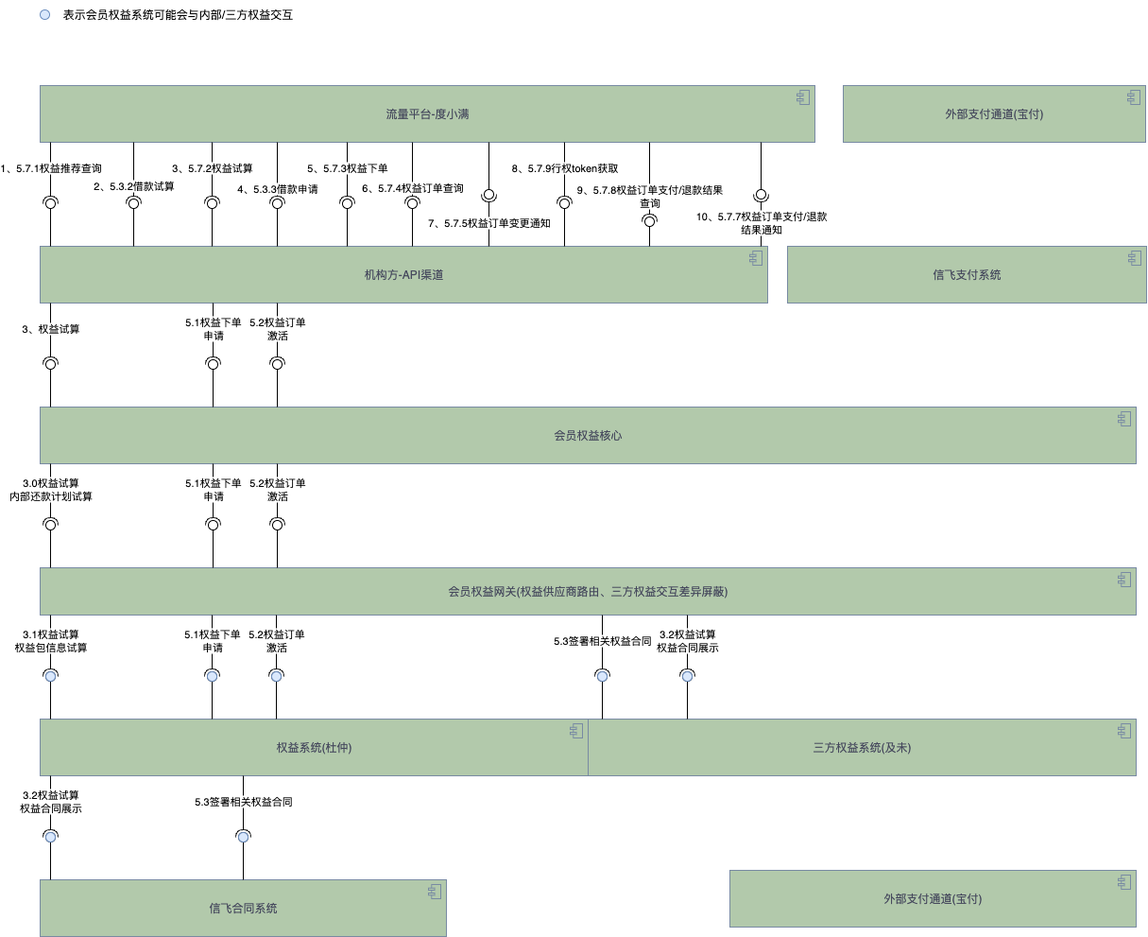
The draw.io diagram 度小满权益-系统组件图.png in yuanlj-tea/picgo, before a commit. Source tidied: cells renumbered, new cells last; positions are measured from the earlier drawing's top-left corner, leaving out a move shared by most shapes.
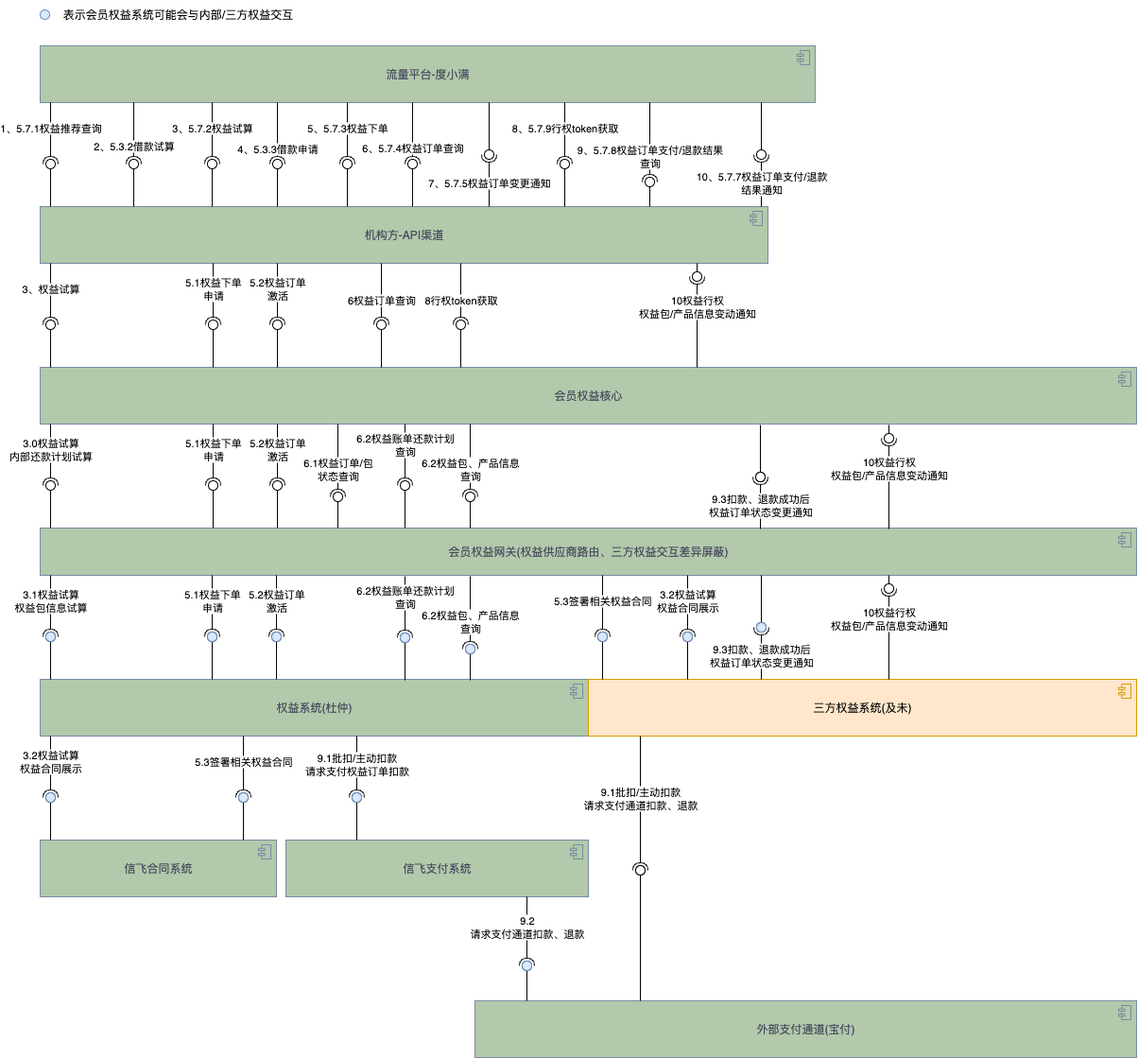
After the change.

Commit message:
更新度小满权益-系统组件图.png

The edit, as a diff of the source:
```diff
@@ -19,3 +19,3 @@
     </mxCell>
-    <mxCell id="7" value="三方权益系统(及未)" style="html=1;whiteSpace=wrap;fillColor=#B2C9AB;shape=mxgraph.archimate3.application;appType=comp;archiType=square;strokeColor=#788AA3;fontColor=#46495D;labelBackgroundColor=none;" parent="1" vertex="1">
+    <mxCell id="7" value="三方权益系统(及未)" style="html=1;whiteSpace=wrap;fillColor=#ffe6cc;shape=mxgraph.archimate3.application;appType=comp;archiType=square;strokeColor=#d79b00;labelBackgroundColor=none;" parent="1" vertex="1">
       <mxGeometry x="580" y="760" width="580" height="60" as="geometry" />
@@ -23,6 +23,6 @@
     <mxCell id="8" value="外部支付通道(宝付)" style="html=1;whiteSpace=wrap;fillColor=#B2C9AB;shape=mxgraph.archimate3.application;appType=comp;archiType=square;strokeColor=#788AA3;fontColor=#46495D;labelBackgroundColor=none;" parent="1" vertex="1">
-      <mxGeometry x="730" y="920" width="430" height="60" as="geometry" />
+      <mxGeometry x="460" y="1100" width="700" height="60" as="geometry" />
     </mxCell>
     <mxCell id="9" value="信飞支付系统" style="html=1;whiteSpace=wrap;fillColor=#B2C9AB;shape=mxgraph.archimate3.application;appType=comp;archiType=square;strokeColor=#788AA3;fontColor=#46495D;labelBackgroundColor=none;" parent="1" vertex="1">
-      <mxGeometry x="791" y="260" width="380" height="60" as="geometry" />
+      <mxGeometry x="260" y="930" width="320" height="60" as="geometry" />
     </mxCell>
@@ -196,7 +196,4 @@
     </mxCell>
-    <mxCell id="50" value="外部支付通道(宝付)" style="html=1;whiteSpace=wrap;fillColor=#B2C9AB;shape=mxgraph.archimate3.application;appType=comp;archiType=square;strokeColor=#788AA3;fontColor=#46495D;labelBackgroundColor=none;" parent="1" vertex="1">
-      <mxGeometry x="850" y="90" width="320" height="60" as="geometry" />
-    </mxCell>
     <mxCell id="51" value="信飞合同系统" style="html=1;whiteSpace=wrap;fillColor=#B2C9AB;shape=mxgraph.archimate3.application;appType=comp;archiType=square;strokeColor=#788AA3;fontColor=#46495D;labelBackgroundColor=none;" parent="1" vertex="1">
-      <mxGeometry y="930" width="430" height="60" as="geometry" />
+      <mxGeometry y="930" width="250" height="60" as="geometry" />
     </mxCell>
@@ -395,6 +392,6 @@
     <mxCell id="100" style="ellipse;whiteSpace=wrap;html=1;align=center;fillColor=#dae8fc;strokeColor=#6c8ebf;perimeter=centerPerimeter;" parent="1" vertex="1">
-      <mxGeometry y="10" width="10" height="10" as="geometry" />
+      <mxGeometry y="52" width="10" height="10" as="geometry" />
     </mxCell>
     <mxCell id="101" value="表示会员权益系统可能会与内部/三方权益交互" style="text;html=1;align=center;verticalAlign=middle;whiteSpace=wrap;rounded=0;" parent="1" vertex="1">
-      <mxGeometry x="16" width="260" height="30" as="geometry" />
+      <mxGeometry x="16" y="42" width="260" height="30" as="geometry" />
     </mxCell>
@@ -416,2 +413,268 @@
     </mxCell>
+    <mxCell id="106" style="rounded=0;jettySize=auto;html=1;endArrow=halfCircle;endFill=0;endSize=6;strokeWidth=1;sketch=0;" parent="1" edge="1" target="109">
+      <mxGeometry relative="1" as="geometry">
+        <mxPoint x="361" y="320" as="sourcePoint" />
+      </mxGeometry>
+    </mxCell>
+    <mxCell id="107" value="6权益订单查询" style="edgeLabel;html=1;align=center;verticalAlign=middle;" parent="106" vertex="1">
+      <mxGeometry x="-0.17" relative="1" as="geometry">
+        <mxPoint y="12" as="offset" />
+      </mxGeometry>
+    </mxCell>
+    <mxCell id="108" style="rounded=0;jettySize=auto;html=1;endArrow=oval;endFill=0;sketch=0;sourcePerimeterSpacing=0;targetPerimeterSpacing=0;endSize=10;" parent="1" edge="1" target="109">
+      <mxGeometry relative="1" as="geometry">
+        <mxPoint x="361" y="430" as="sourcePoint" />
+      </mxGeometry>
+    </mxCell>
+    <mxCell id="109" style="ellipse;whiteSpace=wrap;html=1;align=center;fillColor=none;strokeColor=none;perimeter=centerPerimeter;points=[];outlineConnect=1;" parent="1" vertex="1">
+      <mxGeometry x="356" y="380" width="10" height="10" as="geometry" />
+    </mxCell>
+    <mxCell id="110" style="rounded=0;jettySize=auto;html=1;endArrow=halfCircle;endFill=0;endSize=6;strokeWidth=1;sketch=0;" parent="1" edge="1" target="113">
+      <mxGeometry relative="1" as="geometry">
+        <mxPoint x="315" y="490" as="sourcePoint" />
+      </mxGeometry>
+    </mxCell>
+    <mxCell id="111" value="6.1权益订单/包&lt;div&gt;状态查询&lt;/div&gt;" style="edgeLabel;html=1;align=center;verticalAlign=middle;" parent="110" vertex="1">
+      <mxGeometry x="-0.17" relative="1" as="geometry">
+        <mxPoint y="16" as="offset" />
+      </mxGeometry>
+    </mxCell>
+    <mxCell id="112" style="rounded=0;jettySize=auto;html=1;endArrow=oval;endFill=0;sketch=0;sourcePerimeterSpacing=0;targetPerimeterSpacing=0;endSize=10;" parent="1" edge="1" target="113">
+      <mxGeometry relative="1" as="geometry">
+        <mxPoint x="315" y="600" as="sourcePoint" />
+      </mxGeometry>
+    </mxCell>
+    <mxCell id="113" style="ellipse;whiteSpace=wrap;html=1;align=center;fillColor=none;strokeColor=none;perimeter=centerPerimeter;points=[];outlineConnect=1;" parent="1" vertex="1">
+      <mxGeometry x="310" y="562" width="10" height="10" as="geometry" />
+    </mxCell>
+    <mxCell id="114" style="rounded=0;jettySize=auto;html=1;endArrow=halfCircle;endFill=0;endSize=6;strokeWidth=1;sketch=0;" parent="1" edge="1" target="117">
+      <mxGeometry relative="1" as="geometry">
+        <mxPoint x="386" y="490" as="sourcePoint" />
+      </mxGeometry>
+    </mxCell>
+    <mxCell id="115" value="6.2权益账单还款计划&lt;div&gt;查询&lt;/div&gt;" style="edgeLabel;html=1;align=center;verticalAlign=middle;" parent="114" vertex="1">
+      <mxGeometry x="-0.17" relative="1" as="geometry">
+        <mxPoint y="-5" as="offset" />
+      </mxGeometry>
+    </mxCell>
+    <mxCell id="116" style="rounded=0;jettySize=auto;html=1;endArrow=oval;endFill=0;sketch=0;sourcePerimeterSpacing=0;targetPerimeterSpacing=0;endSize=10;" parent="1" edge="1" target="117">
+      <mxGeometry relative="1" as="geometry">
+        <mxPoint x="386" y="600" as="sourcePoint" />
+      </mxGeometry>
+    </mxCell>
+    <mxCell id="117" style="ellipse;whiteSpace=wrap;html=1;align=center;fillColor=none;strokeColor=none;perimeter=centerPerimeter;points=[];outlineConnect=1;" parent="1" vertex="1">
+      <mxGeometry x="381" y="550" width="10" height="10" as="geometry" />
+    </mxCell>
+    <mxCell id="118" style="rounded=0;jettySize=auto;html=1;endArrow=halfCircle;endFill=0;endSize=6;strokeWidth=1;sketch=0;" parent="1" edge="1" target="121">
+      <mxGeometry relative="1" as="geometry">
+        <mxPoint x="455" y="490" as="sourcePoint" />
+      </mxGeometry>
+    </mxCell>
+    <mxCell id="119" value="6.2权益包、产品信息&lt;div&gt;查询&lt;/div&gt;" style="edgeLabel;html=1;align=center;verticalAlign=middle;" parent="118" vertex="1">
+      <mxGeometry x="-0.17" relative="1" as="geometry">
+        <mxPoint y="16" as="offset" />
+      </mxGeometry>
+    </mxCell>
+    <mxCell id="120" style="rounded=0;jettySize=auto;html=1;endArrow=oval;endFill=0;sketch=0;sourcePerimeterSpacing=0;targetPerimeterSpacing=0;endSize=10;" parent="1" edge="1" target="121">
+      <mxGeometry relative="1" as="geometry">
+        <mxPoint x="455" y="600" as="sourcePoint" />
+      </mxGeometry>
+    </mxCell>
+    <mxCell id="121" style="ellipse;whiteSpace=wrap;html=1;align=center;fillColor=none;strokeColor=none;perimeter=centerPerimeter;points=[];outlineConnect=1;" parent="1" vertex="1">
+      <mxGeometry x="450" y="562" width="10" height="10" as="geometry" />
+    </mxCell>
+    <mxCell id="122" style="rounded=0;jettySize=auto;html=1;endArrow=halfCircle;endFill=0;endSize=6;strokeWidth=1;sketch=0;" parent="1" edge="1" target="125">
+      <mxGeometry relative="1" as="geometry">
+        <mxPoint x="386" y="651" as="sourcePoint" />
+      </mxGeometry>
+    </mxCell>
+    <mxCell id="123" value="6.2权益账单还款计划&lt;div&gt;查询&lt;/div&gt;" style="edgeLabel;html=1;align=center;verticalAlign=middle;" parent="122" vertex="1">
+      <mxGeometry x="-0.17" relative="1" as="geometry">
+        <mxPoint y="-5" as="offset" />
+      </mxGeometry>
+    </mxCell>
+    <mxCell id="124" style="rounded=0;jettySize=auto;html=1;endArrow=oval;endFill=0;sketch=0;sourcePerimeterSpacing=0;targetPerimeterSpacing=0;endSize=10;" parent="1" edge="1" target="125">
+      <mxGeometry relative="1" as="geometry">
+        <mxPoint x="386" y="761" as="sourcePoint" />
+      </mxGeometry>
+    </mxCell>
+    <mxCell id="125" style="ellipse;whiteSpace=wrap;html=1;align=center;fillColor=#dae8fc;strokeColor=#6c8ebf;perimeter=centerPerimeter;points=[];outlineConnect=1;" parent="1" vertex="1">
+      <mxGeometry x="381" y="711" width="10" height="10" as="geometry" />
+    </mxCell>
+    <mxCell id="126" style="rounded=0;jettySize=auto;html=1;endArrow=halfCircle;endFill=0;endSize=6;strokeWidth=1;sketch=0;" parent="1" edge="1" target="129">
+      <mxGeometry relative="1" as="geometry">
+        <mxPoint x="455" y="651" as="sourcePoint" />
+      </mxGeometry>
+    </mxCell>
+    <mxCell id="127" value="6.2权益包、产品信息&lt;div&gt;查询&lt;/div&gt;" style="edgeLabel;html=1;align=center;verticalAlign=middle;" parent="126" vertex="1">
+      <mxGeometry x="-0.17" relative="1" as="geometry">
+        <mxPoint y="16" as="offset" />
+      </mxGeometry>
+    </mxCell>
+    <mxCell id="128" style="rounded=0;jettySize=auto;html=1;endArrow=oval;endFill=0;sketch=0;sourcePerimeterSpacing=0;targetPerimeterSpacing=0;endSize=10;" parent="1" edge="1" target="129">
+      <mxGeometry relative="1" as="geometry">
+        <mxPoint x="455" y="761" as="sourcePoint" />
+      </mxGeometry>
+    </mxCell>
+    <mxCell id="129" style="ellipse;whiteSpace=wrap;html=1;align=center;fillColor=#dae8fc;strokeColor=#6c8ebf;perimeter=centerPerimeter;points=[];outlineConnect=1;" parent="1" vertex="1">
+      <mxGeometry x="450" y="723" width="10" height="10" as="geometry" />
+    </mxCell>
+    <mxCell id="130" style="rounded=0;jettySize=auto;html=1;endArrow=halfCircle;endFill=0;endSize=6;strokeWidth=1;sketch=0;" parent="1" edge="1" target="133">
+      <mxGeometry relative="1" as="geometry">
+        <mxPoint x="445" y="320" as="sourcePoint" />
+      </mxGeometry>
+    </mxCell>
+    <mxCell id="131" value="8行权token获取" style="edgeLabel;html=1;align=center;verticalAlign=middle;" parent="130" vertex="1">
+      <mxGeometry x="-0.17" relative="1" as="geometry">
+        <mxPoint y="12" as="offset" />
+      </mxGeometry>
+    </mxCell>
+    <mxCell id="132" style="rounded=0;jettySize=auto;html=1;endArrow=oval;endFill=0;sketch=0;sourcePerimeterSpacing=0;targetPerimeterSpacing=0;endSize=10;" parent="1" edge="1" target="133">
+      <mxGeometry relative="1" as="geometry">
+        <mxPoint x="445" y="430" as="sourcePoint" />
+      </mxGeometry>
+    </mxCell>
+    <mxCell id="133" style="ellipse;whiteSpace=wrap;html=1;align=center;fillColor=none;strokeColor=none;perimeter=centerPerimeter;points=[];outlineConnect=1;" parent="1" vertex="1">
+      <mxGeometry x="440" y="380" width="10" height="10" as="geometry" />
+    </mxCell>
+    <mxCell id="134" style="rounded=0;jettySize=auto;html=1;endArrow=halfCircle;endFill=0;endSize=6;strokeWidth=1;sketch=0;" parent="1" edge="1" target="137">
+      <mxGeometry relative="1" as="geometry">
+        <mxPoint x="763" y="760" as="sourcePoint" />
+      </mxGeometry>
+    </mxCell>
+    <mxCell id="135" value="9.3扣款、退款成功后&lt;div&gt;权益订单状态变更通知&lt;/div&gt;" style="edgeLabel;html=1;align=center;verticalAlign=middle;" parent="134" vertex="1">
+      <mxGeometry x="-0.07" relative="1" as="geometry" />
+    </mxCell>
+    <mxCell id="136" style="rounded=0;jettySize=auto;html=1;endArrow=oval;endFill=0;sketch=0;sourcePerimeterSpacing=0;targetPerimeterSpacing=0;endSize=10;" parent="1" edge="1" target="137">
+      <mxGeometry relative="1" as="geometry">
+        <mxPoint x="763" y="650" as="sourcePoint" />
+      </mxGeometry>
+    </mxCell>
+    <mxCell id="137" style="ellipse;whiteSpace=wrap;html=1;align=center;fillColor=#dae8fc;strokeColor=#6c8ebf;perimeter=centerPerimeter;points=[];outlineConnect=1;" parent="1" vertex="1">
+      <mxGeometry x="758" y="700" width="10" height="10" as="geometry" />
+    </mxCell>
+    <mxCell id="138" style="rounded=0;jettySize=auto;html=1;endArrow=halfCircle;endFill=0;endSize=6;strokeWidth=1;sketch=0;" parent="1" edge="1" target="141">
+      <mxGeometry relative="1" as="geometry">
+        <mxPoint x="898" y="760" as="sourcePoint" />
+      </mxGeometry>
+    </mxCell>
+    <mxCell id="139" value="10权益行权&lt;div&gt;权益包/产品信息变动通知&lt;/div&gt;" style="edgeLabel;html=1;align=center;verticalAlign=middle;" parent="138" vertex="1">
+      <mxGeometry x="-0.07" relative="1" as="geometry">
+        <mxPoint y="-19" as="offset" />
+      </mxGeometry>
+    </mxCell>
+    <mxCell id="140" style="rounded=0;jettySize=auto;html=1;endArrow=oval;endFill=0;sketch=0;sourcePerimeterSpacing=0;targetPerimeterSpacing=0;endSize=10;" parent="1" edge="1" target="141">
+      <mxGeometry relative="1" as="geometry">
+        <mxPoint x="898" y="650" as="sourcePoint" />
+      </mxGeometry>
+    </mxCell>
+    <mxCell id="141" style="ellipse;whiteSpace=wrap;html=1;align=center;fillColor=none;strokeColor=none;perimeter=centerPerimeter;points=[];outlineConnect=1;" parent="1" vertex="1">
+      <mxGeometry x="893" y="659" width="10" height="10" as="geometry" />
+    </mxCell>
+    <mxCell id="142" style="rounded=0;jettySize=auto;html=1;endArrow=halfCircle;endFill=0;endSize=6;strokeWidth=1;sketch=0;" parent="1" edge="1" target="145">
+      <mxGeometry relative="1" as="geometry">
+        <mxPoint x="335" y="820" as="sourcePoint" />
+      </mxGeometry>
+    </mxCell>
+    <mxCell id="143" value="9.1批扣/主动扣款&lt;div&gt;请求支付权益订单扣款&lt;/div&gt;" style="edgeLabel;html=1;align=center;verticalAlign=middle;" parent="142" vertex="1">
+      <mxGeometry x="-0.17" relative="1" as="geometry">
+        <mxPoint y="3" as="offset" />
+      </mxGeometry>
+    </mxCell>
+    <mxCell id="144" style="rounded=0;jettySize=auto;html=1;endArrow=oval;endFill=0;sketch=0;sourcePerimeterSpacing=0;targetPerimeterSpacing=0;endSize=10;" parent="1" edge="1" target="145">
+      <mxGeometry relative="1" as="geometry">
+        <mxPoint x="335" y="930" as="sourcePoint" />
+      </mxGeometry>
+    </mxCell>
+    <mxCell id="145" style="ellipse;whiteSpace=wrap;html=1;align=center;fillColor=#dae8fc;strokeColor=#6c8ebf;perimeter=centerPerimeter;points=[];outlineConnect=1;" parent="1" vertex="1">
+      <mxGeometry x="330" y="880" width="10" height="10" as="geometry" />
+    </mxCell>
+    <mxCell id="146" style="rounded=0;jettySize=auto;html=1;endArrow=halfCircle;endFill=0;endSize=6;strokeWidth=1;sketch=0;" parent="1" edge="1" target="149">
+      <mxGeometry relative="1" as="geometry">
+        <mxPoint x="515" y="990" as="sourcePoint" />
+      </mxGeometry>
+    </mxCell>
+    <mxCell id="147" value="9.2&lt;div&gt;请求支付通道扣款、退款&lt;/div&gt;" style="edgeLabel;html=1;align=center;verticalAlign=middle;" parent="146" vertex="1">
+      <mxGeometry x="-0.17" relative="1" as="geometry">
+        <mxPoint y="2" as="offset" />
+      </mxGeometry>
+    </mxCell>
+    <mxCell id="148" style="rounded=0;jettySize=auto;html=1;endArrow=oval;endFill=0;sketch=0;sourcePerimeterSpacing=0;targetPerimeterSpacing=0;endSize=10;" parent="1" edge="1" target="149">
+      <mxGeometry relative="1" as="geometry">
+        <mxPoint x="515" y="1100" as="sourcePoint" />
+      </mxGeometry>
+    </mxCell>
+    <mxCell id="149" style="ellipse;whiteSpace=wrap;html=1;align=center;fillColor=#dae8fc;strokeColor=#6c8ebf;perimeter=centerPerimeter;points=[];outlineConnect=1;" parent="1" vertex="1">
+      <mxGeometry x="510" y="1058" width="10" height="10" as="geometry" />
+    </mxCell>
+    <mxCell id="150" style="rounded=0;jettySize=auto;html=1;endArrow=halfCircle;endFill=0;endSize=6;strokeWidth=1;sketch=0;" parent="1" edge="1" target="153">
+      <mxGeometry relative="1" as="geometry">
+        <mxPoint x="635" y="820" as="sourcePoint" />
+      </mxGeometry>
+    </mxCell>
+    <mxCell id="151" value="9.1批扣/主动扣款&lt;div&gt;请求支付通道扣款、退款&lt;/div&gt;" style="edgeLabel;html=1;align=center;verticalAlign=middle;" parent="150" vertex="1">
+      <mxGeometry x="-0.17" relative="1" as="geometry">
+        <mxPoint y="6" as="offset" />
+      </mxGeometry>
+    </mxCell>
+    <mxCell id="152" style="rounded=0;jettySize=auto;html=1;endArrow=oval;endFill=0;sketch=0;sourcePerimeterSpacing=0;targetPerimeterSpacing=0;endSize=10;" parent="1" edge="1" target="153">
+      <mxGeometry relative="1" as="geometry">
+        <mxPoint x="635" y="1100" as="sourcePoint" />
+      </mxGeometry>
+    </mxCell>
+    <mxCell id="153" style="ellipse;whiteSpace=wrap;html=1;align=center;perimeter=centerPerimeter;points=[];outlineConnect=1;" parent="1" vertex="1">
+      <mxGeometry x="630" y="957" width="10" height="10" as="geometry" />
+    </mxCell>
+    <mxCell id="154" style="rounded=0;jettySize=auto;html=1;endArrow=halfCircle;endFill=0;endSize=6;strokeWidth=1;sketch=0;" parent="1" edge="1" target="157">
+      <mxGeometry relative="1" as="geometry">
+        <mxPoint x="762" y="601" as="sourcePoint" />
+      </mxGeometry>
+    </mxCell>
+    <mxCell id="155" value="9.3扣款、退款成功后&lt;div&gt;权益订单状态变更通知&lt;/div&gt;" style="edgeLabel;html=1;align=center;verticalAlign=middle;" parent="154" vertex="1">
+      <mxGeometry x="-0.07" relative="1" as="geometry" />
+    </mxCell>
+    <mxCell id="156" style="rounded=0;jettySize=auto;html=1;endArrow=oval;endFill=0;sketch=0;sourcePerimeterSpacing=0;targetPerimeterSpacing=0;endSize=10;" parent="1" edge="1" target="157">
+      <mxGeometry relative="1" as="geometry">
+        <mxPoint x="762" y="491" as="sourcePoint" />
+      </mxGeometry>
+    </mxCell>
+    <mxCell id="157" style="ellipse;whiteSpace=wrap;html=1;align=center;perimeter=centerPerimeter;points=[];outlineConnect=1;" parent="1" vertex="1">
+      <mxGeometry x="757" y="541" width="10" height="10" as="geometry" />
+    </mxCell>
+    <mxCell id="158" style="rounded=0;jettySize=auto;html=1;endArrow=halfCircle;endFill=0;endSize=6;strokeWidth=1;sketch=0;" parent="1" edge="1" target="161">
+      <mxGeometry relative="1" as="geometry">
+        <mxPoint x="898" y="601" as="sourcePoint" />
+      </mxGeometry>
+    </mxCell>
+    <mxCell id="159" value="10权益行权&lt;div&gt;权益包/产品信息变动通知&lt;/div&gt;" style="edgeLabel;html=1;align=center;verticalAlign=middle;" parent="158" vertex="1">
+      <mxGeometry x="-0.07" relative="1" as="geometry">
+        <mxPoint y="-19" as="offset" />
+      </mxGeometry>
+    </mxCell>
+    <mxCell id="160" style="rounded=0;jettySize=auto;html=1;endArrow=oval;endFill=0;sketch=0;sourcePerimeterSpacing=0;targetPerimeterSpacing=0;endSize=10;" parent="1" edge="1" target="161">
+      <mxGeometry relative="1" as="geometry">
+        <mxPoint x="898" y="491" as="sourcePoint" />
+      </mxGeometry>
+    </mxCell>
+    <mxCell id="161" style="ellipse;whiteSpace=wrap;html=1;align=center;fillColor=none;strokeColor=none;perimeter=centerPerimeter;points=[];outlineConnect=1;" parent="1" vertex="1">
+      <mxGeometry x="893" y="500" width="10" height="10" as="geometry" />
+    </mxCell>
+    <mxCell id="162" style="rounded=0;jettySize=auto;html=1;endArrow=halfCircle;endFill=0;endSize=6;strokeWidth=1;sketch=0;" parent="1" edge="1" target="165">
+      <mxGeometry relative="1" as="geometry">
+        <mxPoint x="695" y="430" as="sourcePoint" />
+      </mxGeometry>
+    </mxCell>
+    <mxCell id="163" value="10权益行权&lt;div&gt;权益包/产品信息变动通知&lt;/div&gt;" style="edgeLabel;html=1;align=center;verticalAlign=middle;" parent="162" vertex="1">
+      <mxGeometry x="-0.07" relative="1" as="geometry">
+        <mxPoint y="-19" as="offset" />
+      </mxGeometry>
+    </mxCell>
+    <mxCell id="164" style="rounded=0;jettySize=auto;html=1;endArrow=oval;endFill=0;sketch=0;sourcePerimeterSpacing=0;targetPerimeterSpacing=0;endSize=10;" parent="1" edge="1" target="165">
+      <mxGeometry relative="1" as="geometry">
+        <mxPoint x="695" y="320" as="sourcePoint" />
+      </mxGeometry>
+    </mxCell>
+    <mxCell id="165" style="ellipse;whiteSpace=wrap;html=1;align=center;fillColor=none;strokeColor=none;perimeter=centerPerimeter;points=[];outlineConnect=1;" parent="1" vertex="1">
+      <mxGeometry x="690" y="329" width="10" height="10" as="geometry" />
+    </mxCell>
   </root>
```
